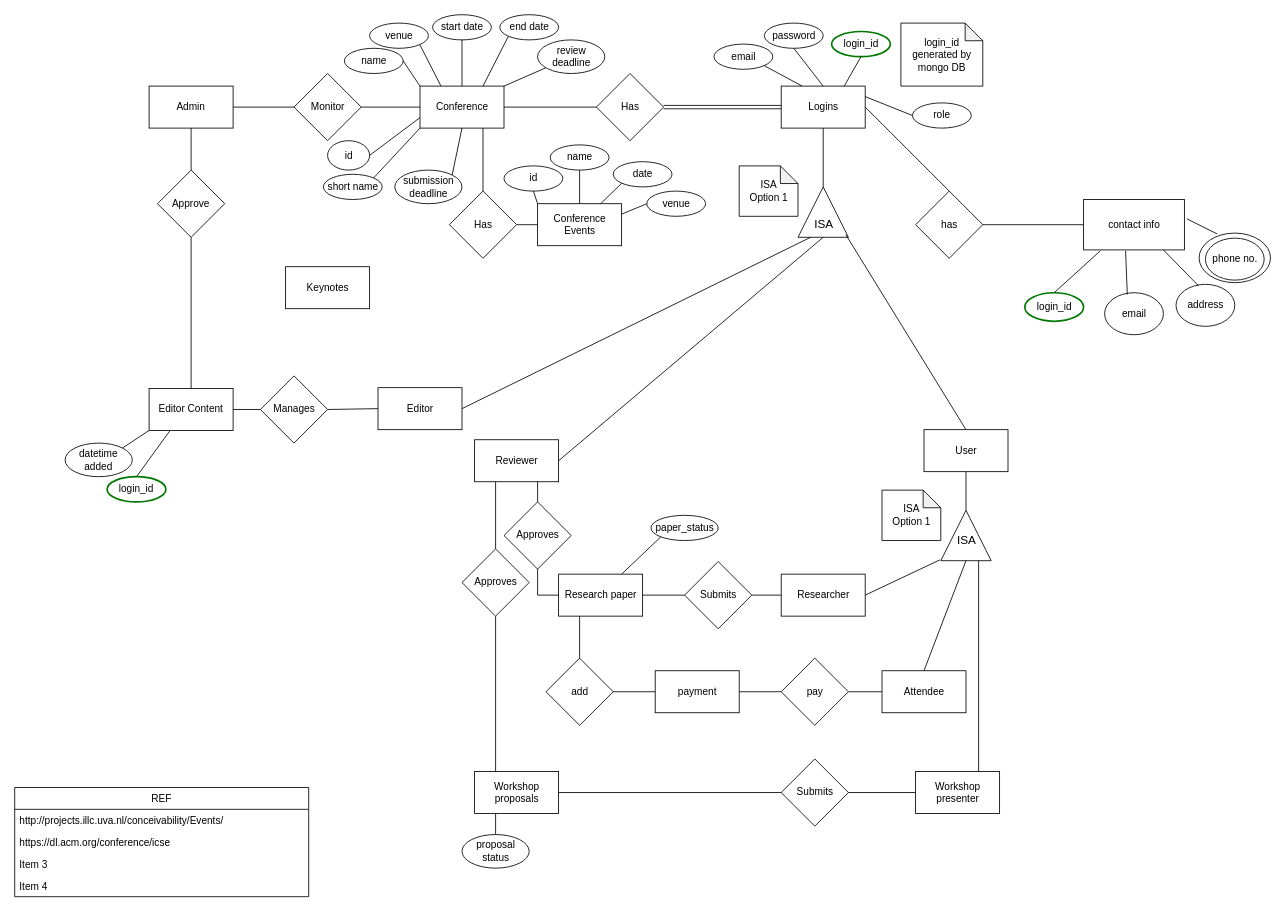
Above: page "ER-s1" (2 of 2) of diagrams/ER.drawio in matthew-sliit/conferencemgtool (draw.io), before the change. Source tidied: cells renumbered, new cells numbered last; positions are measured from the earlier drawing's top-left corner, leaving out a move shared by most shapes. Both pictures are drawn from the tidied source at 84%, with x=0, y=0 at pixel (14, 14).
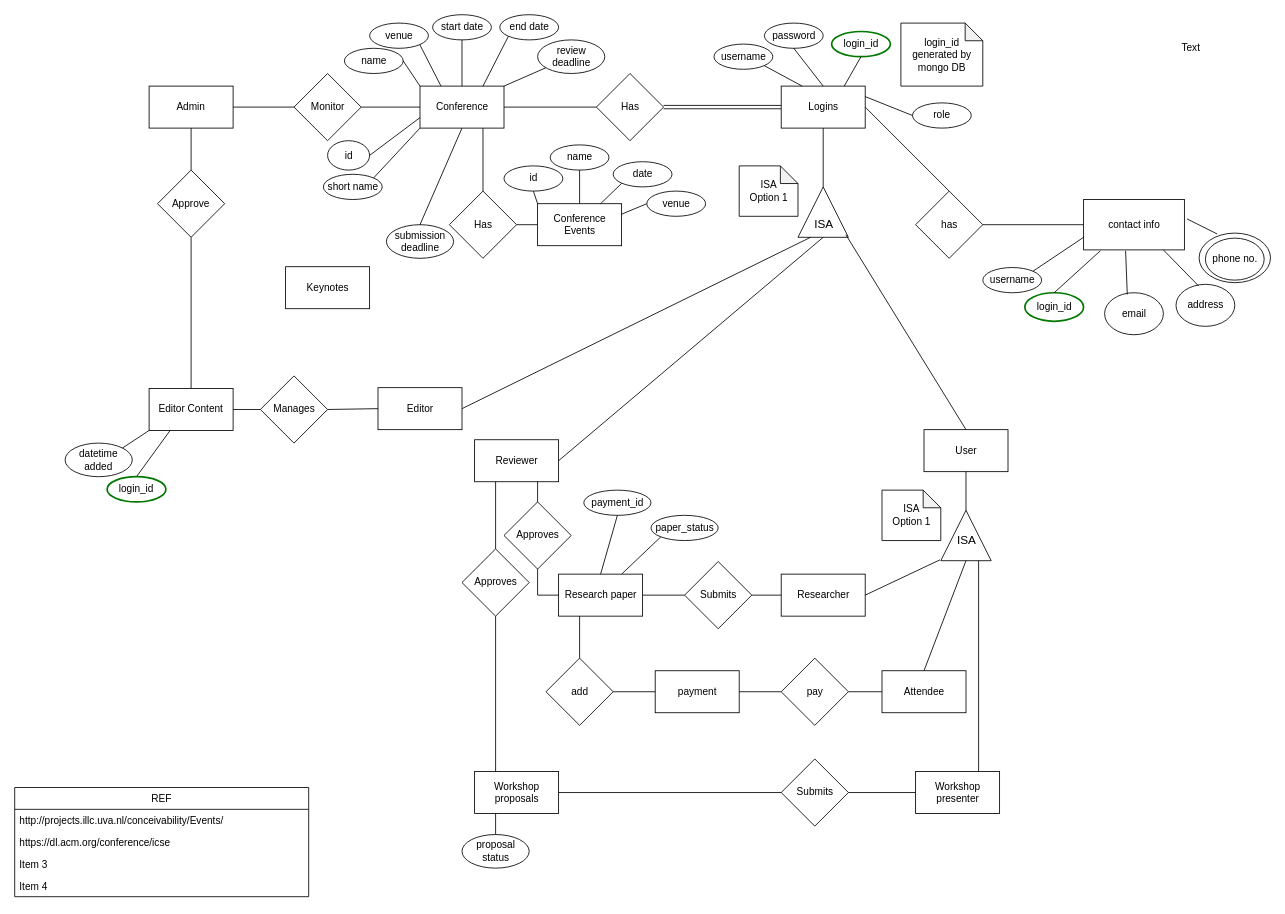
After the change.

The change refers to these unchanged cells:
```xml
<mxCell id="4" value="Research paper" style="rounded=0;whiteSpace=wrap;html=1;" parent="1" vertex="1">
  <mxGeometry x="647.5" y="666" width="100" height="50" as="geometry" />
</mxCell>
<mxCell id="7" value="Conference" style="rounded=0;whiteSpace=wrap;html=1;" parent="1" vertex="1">
  <mxGeometry x="482.5" y="85" width="100" height="50" as="geometry" />
</mxCell>
<mxCell id="77" value="contact info" style="rounded=0;whiteSpace=wrap;html=1;" parent="1" vertex="1">
  <mxGeometry x="1272.5" y="220" width="120" height="60" as="geometry" />
</mxCell>
```

Diff of the diagram source:
```diff
@@
     <mxCell id="35" value="submission&lt;br&gt;deadline" style="ellipse;whiteSpace=wrap;html=1;" parent="1" vertex="1">
-      <mxGeometry x="452.5" y="185" width="80" height="40" as="geometry" />
+      <mxGeometry x="442.5" y="250" width="80" height="40" as="geometry" />
     </mxCell>
@@
-    <mxCell id="38" style="endArrow=none;html=1;exitX=0.5;exitY=1;exitDx=0;exitDy=0;entryX=1;entryY=0;entryDx=0;entryDy=0;" parent="1" edge="1" source="7" target="35">
+    <mxCell id="38" style="endArrow=none;html=1;exitX=0.5;exitY=1;exitDx=0;exitDy=0;entryX=0.5;entryY=0;entryDx=0;entryDy=0;" parent="1" edge="1" source="7" target="35">
       <mxGeometry relative="1" as="geometry" />
     </mxCell>
@@
-    <mxCell id="71" value="email" style="ellipse;whiteSpace=wrap;html=1;" parent="1" vertex="1">
+    <mxCell id="71" value="username" style="ellipse;whiteSpace=wrap;html=1;" parent="1" vertex="1">
       <mxGeometry x="832.5" y="35" width="70" height="30" as="geometry" />
     </mxCell>
@@
+    <mxCell id="123" value="Text" style="text;html=1;align=center;verticalAlign=middle;strokeColor=none;" parent="1" vertex="1">
+      <mxGeometry x="1380" y="30" width="40" height="20" as="geometry" />
+    </mxCell>
+    <mxCell id="124" value="username" style="ellipse;whiteSpace=wrap;html=1;" parent="1" vertex="1">
+      <mxGeometry x="1152.5" y="301" width="70" height="30" as="geometry" />
+    </mxCell>
+    <mxCell id="125" style="endArrow=none;html=1;exitX=1;exitY=0;exitDx=0;exitDy=0;entryX=0;entryY=0.75;entryDx=0;entryDy=0;" parent="1" edge="1" source="124" target="77">
+      <mxGeometry relative="1" as="geometry" />
+    </mxCell>
+    <mxCell id="126" value="payment_id" style="ellipse;whiteSpace=wrap;html=1;" parent="1" vertex="1">
+      <mxGeometry x="677.5" y="566" width="80" height="30" as="geometry" />
+    </mxCell>
+    <mxCell id="127" style="endArrow=none;html=1;exitX=0.5;exitY=0;exitDx=0;exitDy=0;entryX=0.5;entryY=1;entryDx=0;entryDy=0;" parent="1" edge="1" source="4" target="126">
+      <mxGeometry relative="1" as="geometry" />
+    </mxCell>
```
